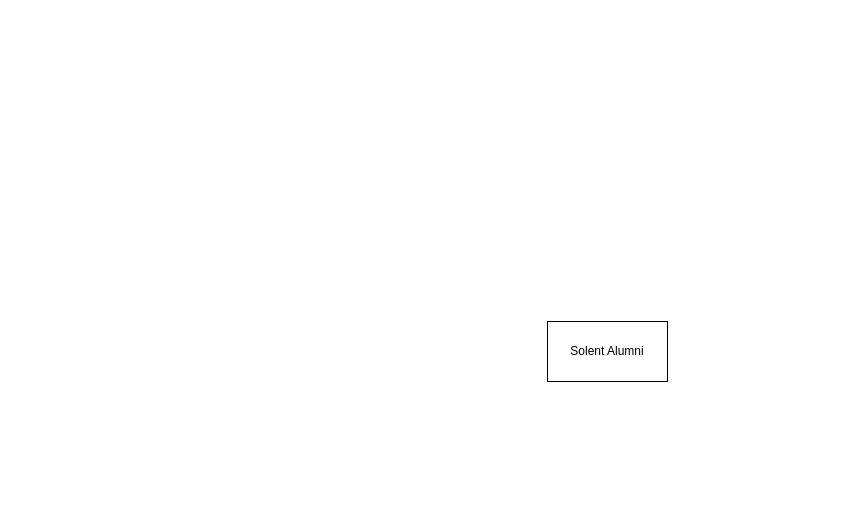
agstpml/com520-mindmap keeps this draw.io diagram as mindmap.drawio. Above is the earlier version. Source tidied: cells renumbered, new cells numbered last; positions are measured from the earlier drawing's top-left corner, leaving out a move shared by most shapes. Both pictures are drawn from the tidied source at 100%, with x=0, y=0 at pixel (547, 321).
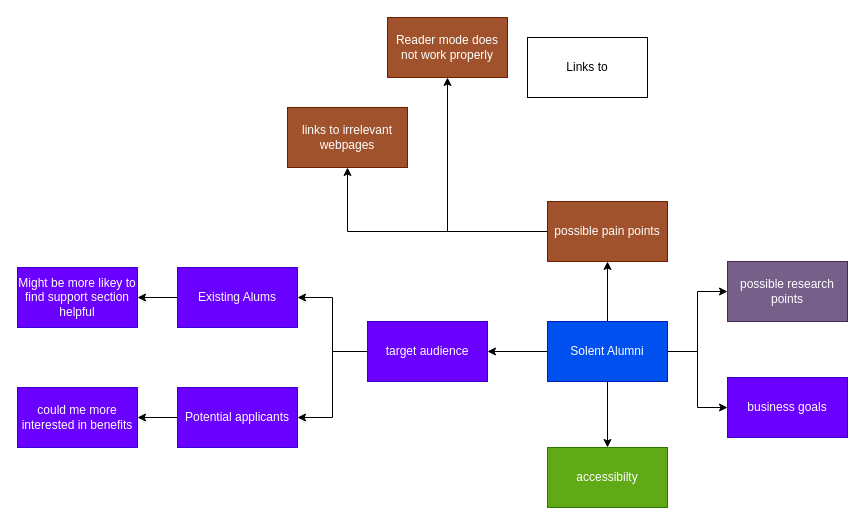
The same page after the edit.

Change to the diagram source:
```diff
@@
+    <mxCell id="3" style="edgeStyle=orthogonalEdgeStyle;rounded=0;jettySize=auto;html=1;entryX=0.5;entryY=0;entryDx=0;entryDy=0;" parent="1" edge="1" source="2" target="8">
+      <mxGeometry relative="1" as="geometry" />
+    </mxCell>
+    <mxCell id="4" style="edgeStyle=orthogonalEdgeStyle;rounded=0;jettySize=auto;html=1;entryX=1;entryY=0.5;entryDx=0;entryDy=0;" parent="1" edge="1" source="2" target="11">
+      <mxGeometry relative="1" as="geometry" />
+    </mxCell>
+    <mxCell id="5" style="edgeStyle=orthogonalEdgeStyle;rounded=0;jettySize=auto;html=1;entryX=0.5;entryY=1;entryDx=0;entryDy=0;" parent="1" edge="1" source="2" target="14">
+      <mxGeometry relative="1" as="geometry" />
+    </mxCell>
+    <mxCell id="6" style="edgeStyle=orthogonalEdgeStyle;rounded=0;jettySize=auto;html=1;entryX=0;entryY=0.5;entryDx=0;entryDy=0;" parent="1" edge="1" source="2" target="15">
+      <mxGeometry relative="1" as="geometry" />
+    </mxCell>
+    <mxCell id="7" style="edgeStyle=orthogonalEdgeStyle;rounded=0;jettySize=auto;html=1;entryX=0;entryY=0.5;entryDx=0;entryDy=0;" parent="1" edge="1" source="2" target="16">
+      <mxGeometry relative="1" as="geometry" />
+    </mxCell>
-    <mxCell id="2" value="Solent Alumni" style="rounded=0;whiteSpace=wrap;html=1;" parent="1" vertex="1">
+    <mxCell id="2" value="Solent Alumni" style="rounded=0;whiteSpace=wrap;html=1;fillColor=#0050ef;fontColor=#ffffff;strokeColor=#001DBC;" parent="1" vertex="1">
       <mxGeometry width="120" height="60" as="geometry" />
     </mxCell>
+    <mxCell id="8" value="accessibilty" style="rounded=0;whiteSpace=wrap;html=1;fillColor=#60a917;fontColor=#ffffff;strokeColor=#2D7600;" parent="1" vertex="1">
+      <mxGeometry y="126" width="120" height="60" as="geometry" />
+    </mxCell>
+    <mxCell id="9" style="edgeStyle=orthogonalEdgeStyle;rounded=0;jettySize=auto;html=1;entryX=1;entryY=0.5;entryDx=0;entryDy=0;" parent="1" edge="1" source="11" target="18">
+      <mxGeometry relative="1" as="geometry" />
+    </mxCell>
+    <mxCell id="10" style="edgeStyle=orthogonalEdgeStyle;rounded=0;jettySize=auto;html=1;entryX=1;entryY=0.5;entryDx=0;entryDy=0;" parent="1" edge="1" source="11" target="20">
+      <mxGeometry relative="1" as="geometry" />
+    </mxCell>
+    <mxCell id="11" value="target audience" style="rounded=0;whiteSpace=wrap;html=1;fillColor=#6a00ff;fontColor=#ffffff;strokeColor=#3700CC;" parent="1" vertex="1">
+      <mxGeometry x="-180" width="120" height="60" as="geometry" />
+    </mxCell>
+    <mxCell id="12" style="edgeStyle=orthogonalEdgeStyle;rounded=0;jettySize=auto;html=1;entryX=0.5;entryY=1;entryDx=0;entryDy=0;" parent="1" edge="1" source="14" target="23">
+      <mxGeometry relative="1" as="geometry" />
+    </mxCell>
+    <mxCell id="13" style="edgeStyle=orthogonalEdgeStyle;rounded=0;jettySize=auto;html=1;entryX=0.5;entryY=1;entryDx=0;entryDy=0;" parent="1" edge="1" source="14" target="24">
+      <mxGeometry relative="1" as="geometry" />
+    </mxCell>
+    <mxCell id="14" value="possible pain points" style="rounded=0;whiteSpace=wrap;html=1;fillColor=#a0522d;fontColor=#ffffff;strokeColor=#6D1F00;" parent="1" vertex="1">
+      <mxGeometry y="-120" width="120" height="60" as="geometry" />
+    </mxCell>
+    <mxCell id="15" value="possible research points" style="rounded=0;whiteSpace=wrap;html=1;fillColor=#76608a;fontColor=#ffffff;strokeColor=#432D57;" parent="1" vertex="1">
+      <mxGeometry x="180" y="-60" width="120" height="60" as="geometry" />
+    </mxCell>
+    <mxCell id="16" value="business goals" style="rounded=0;whiteSpace=wrap;html=1;fillColor=#6a00ff;strokeColor=#3700CC;fontColor=#ffffff;" parent="1" vertex="1">
+      <mxGeometry x="180" y="56" width="120" height="60" as="geometry" />
+    </mxCell>
+    <mxCell id="17" style="edgeStyle=orthogonalEdgeStyle;rounded=0;jettySize=auto;html=1;entryX=1;entryY=0.5;entryDx=0;entryDy=0;" parent="1" edge="1" source="18" target="21">
+      <mxGeometry relative="1" as="geometry" />
+    </mxCell>
+    <mxCell id="18" value="Existing Alums" style="rounded=0;whiteSpace=wrap;html=1;fillColor=#6a00ff;fontColor=#ffffff;strokeColor=#3700CC;" parent="1" vertex="1">
+      <mxGeometry x="-370" y="-54" width="120" height="60" as="geometry" />
+    </mxCell>
+    <mxCell id="19" style="edgeStyle=orthogonalEdgeStyle;rounded=0;jettySize=auto;html=1;" parent="1" edge="1" source="20" target="22">
+      <mxGeometry relative="1" as="geometry" />
+    </mxCell>
+    <mxCell id="20" value="Potential applicants" style="rounded=0;whiteSpace=wrap;html=1;fillColor=#6a00ff;fontColor=#ffffff;strokeColor=#3700CC;" parent="1" vertex="1">
+      <mxGeometry x="-370" y="66" width="120" height="60" as="geometry" />
+    </mxCell>
+    <mxCell id="21" value="Might be more likey to find support section helpful" style="rounded=0;whiteSpace=wrap;html=1;fillColor=#6a00ff;fontColor=#ffffff;strokeColor=#3700CC;" parent="1" vertex="1">
+      <mxGeometry x="-530" y="-54" width="120" height="60" as="geometry" />
+    </mxCell>
+    <mxCell id="22" value="could me more interested in benefits" style="rounded=0;whiteSpace=wrap;html=1;fillColor=#6a00ff;fontColor=#ffffff;strokeColor=#3700CC;" parent="1" vertex="1">
+      <mxGeometry x="-530" y="66" width="120" height="60" as="geometry" />
+    </mxCell>
+    <mxCell id="23" value="links to irrelevant webpages" style="rounded=0;whiteSpace=wrap;html=1;fillColor=#a0522d;fontColor=#ffffff;strokeColor=#6D1F00;" parent="1" vertex="1">
+      <mxGeometry x="-260" y="-214" width="120" height="60" as="geometry" />
+    </mxCell>
+    <mxCell id="24" value="Reader mode does not work properly " style="rounded=0;whiteSpace=wrap;html=1;fillColor=#a0522d;fontColor=#ffffff;strokeColor=#6D1F00;" parent="1" vertex="1">
+      <mxGeometry x="-160" y="-304" width="120" height="60" as="geometry" />
+    </mxCell>
+    <mxCell id="25" value="Links to " style="rounded=0;whiteSpace=wrap;html=1;" parent="1" vertex="1">
+      <mxGeometry x="-20" y="-284" width="120" height="60" as="geometry" />
+    </mxCell>
```
